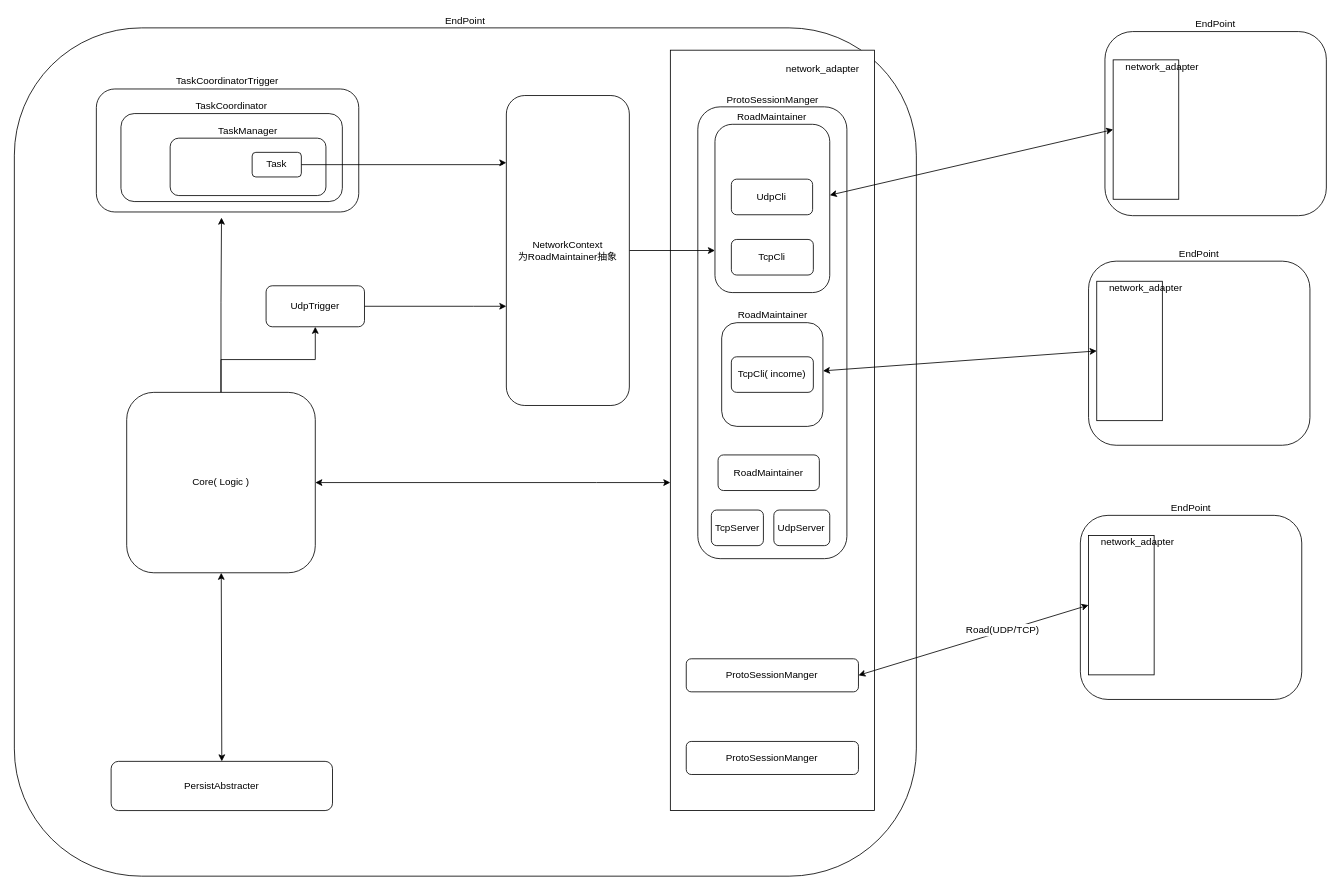
Above: doc/architect.drawio in hellolutar/lan_sync_draft (draw.io), before the change. Source tidied: cells renumbered, new cells numbered last; positions are measured from the earlier drawing's top-left corner, leaving out a move shared by most shapes. Both pictures are drawn from the tidied source at 82%, with x=0, y=0 at pixel (14, 27).
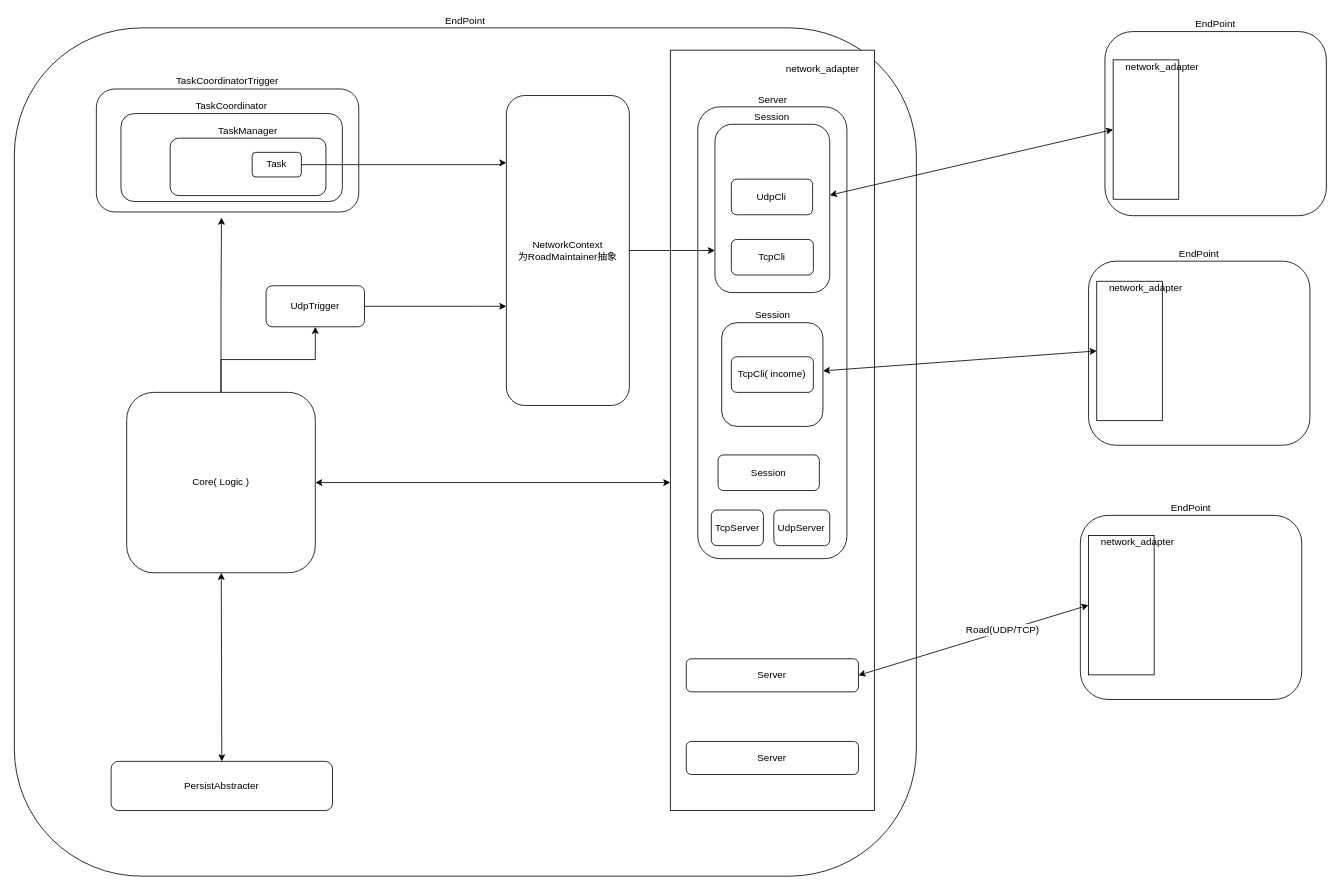
The same diagram, later.

Unchanged cells that the change refers to:
```xml
<mxCell id="13" style="group;labelPosition=center;verticalLabelPosition=top;align=center;verticalAlign=bottom;" parent="1" vertex="1">
  <mxGeometry x="800" y="27.7" width="280" height="927.3" as="geometry" />
</mxCell>
<mxCell id="18" style="group;" parent="13" vertex="1">
  <mxGeometry x="33.5" y="69.1" width="181.8" height="551" as="geometry" />
</mxCell>
```

The edit, as a diff of the source:
```diff
@@
-    <mxCell id="16" value="ProtoSessionManger" style="rounded=1;whiteSpace=wrap;html=1;labelPosition=center;verticalLabelPosition=middle;align=center;verticalAlign=middle;" parent="13" vertex="1">
+    <mxCell id="16" value="Server" style="rounded=1;whiteSpace=wrap;html=1;labelPosition=center;verticalLabelPosition=middle;align=center;verticalAlign=middle;" parent="13" vertex="1">
       <mxGeometry x="19.4" y="742.2" width="210" height="40.3" as="geometry" />
     </mxCell>
-    <mxCell id="17" value="ProtoSessionManger" style="rounded=1;whiteSpace=wrap;html=1;labelPosition=center;verticalLabelPosition=middle;align=center;verticalAlign=middle;" parent="13" vertex="1">
+    <mxCell id="17" value="Server" style="rounded=1;whiteSpace=wrap;html=1;labelPosition=center;verticalLabelPosition=middle;align=center;verticalAlign=middle;" parent="13" vertex="1">
       <mxGeometry x="19.4" y="843" width="210" height="40.3" as="geometry" />
     </mxCell>
@@
-    <mxCell id="19" value="ProtoSessionManger" style="rounded=1;whiteSpace=wrap;html=1;labelPosition=center;verticalLabelPosition=top;align=center;verticalAlign=bottom;" parent="18" vertex="1">
+    <mxCell id="19" value="Server" style="rounded=1;whiteSpace=wrap;html=1;labelPosition=center;verticalLabelPosition=top;align=center;verticalAlign=bottom;" parent="18" vertex="1">
       <mxGeometry width="181.8" height="551" as="geometry" />
     </mxCell>
-    <mxCell id="20" value="RoadMaintainer" style="rounded=1;whiteSpace=wrap;html=1;labelPosition=center;verticalLabelPosition=top;align=center;verticalAlign=bottom;" parent="18" vertex="1">
+    <mxCell id="20" value="Session" style="rounded=1;whiteSpace=wrap;html=1;labelPosition=center;verticalLabelPosition=top;align=center;verticalAlign=bottom;" parent="18" vertex="1">
       <mxGeometry x="20.9" y="21.3" width="140" height="205.2" as="geometry" />
     </mxCell>
@@
-    <mxCell id="25" value="RoadMaintainer" style="rounded=1;whiteSpace=wrap;html=1;labelPosition=center;verticalLabelPosition=top;align=center;verticalAlign=bottom;" parent="18" vertex="1">
+    <mxCell id="25" value="Session" style="rounded=1;whiteSpace=wrap;html=1;labelPosition=center;verticalLabelPosition=top;align=center;verticalAlign=bottom;" parent="18" vertex="1">
       <mxGeometry x="29.1" y="263.2" width="123.5" height="126.5" as="geometry" />
     </mxCell>
-    <mxCell id="26" value="RoadMaintainer" style="rounded=1;whiteSpace=wrap;html=1;" parent="18" vertex="1">
+    <mxCell id="26" value="Session" style="rounded=1;whiteSpace=wrap;html=1;" parent="18" vertex="1">
       <mxGeometry x="24.7" y="424.5" width="123.5" height="43.4" as="geometry" />
     </mxCell>
```
